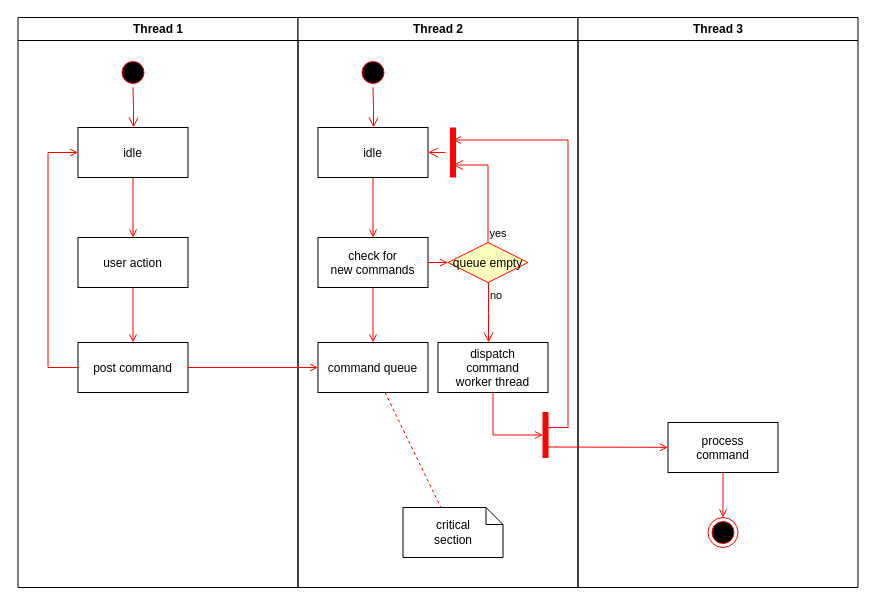
Before: Untitled Diagram.drawio in SoloAdventurer/cuddly-umbrella, a draw.io diagram. Source tidied: cells renumbered, new cells numbered last; positions are measured from the earlier drawing's top-left corner, leaving out a move shared by most shapes. Both pictures are drawn from the tidied source at 100%, with x=0, y=0 at pixel (17, 17).
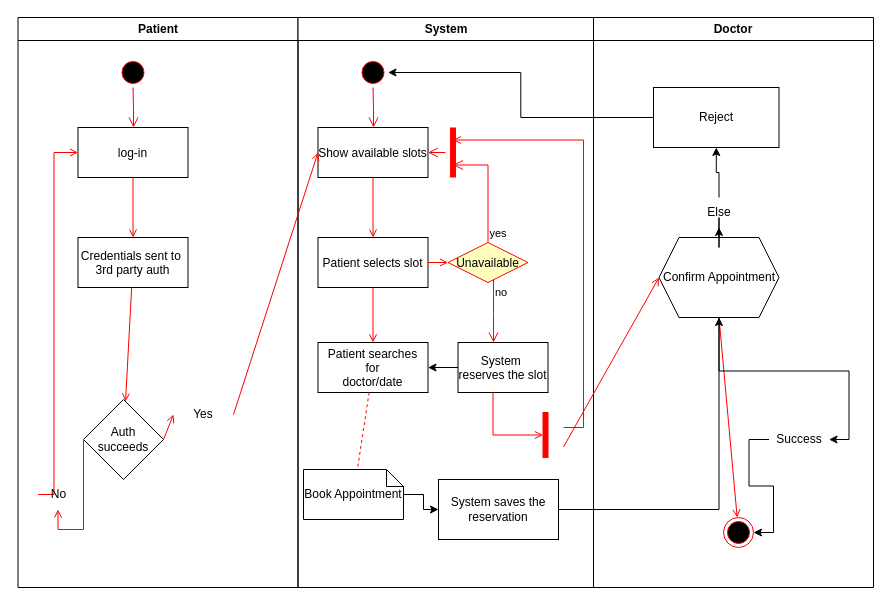
The same page after the edit.

The change refers to these unchanged cells:
```xml
<mxCell id="12" style="ellipse;shape=startState;fillColor=#000000;strokeColor=#ff0000;" parent="11" vertex="1">
  <mxGeometry x="60" y="40" width="30" height="30" as="geometry" />
</mxCell>
<mxCell id="34" style="ellipse;shape=endState;fillColor=#000000;strokeColor=#ff0000;" parent="30" vertex="1">
  <mxGeometry x="130" y="500" width="30" height="30" as="geometry" />
</mxCell>
```

Diff of the diagram source:
```diff
@@
-    <mxCell id="2" value="Thread 1" style="swimlane;whiteSpace=wrap;" parent="1" vertex="1">
+    <mxCell id="2" value="Patient" style="swimlane;whiteSpace=wrap;startSize=23;" parent="1" vertex="1">
       <mxGeometry x="0.5" width="280" height="570" as="geometry" />
     </mxCell>
@@
-    <mxCell id="5" value="idle" parent="2" vertex="1">
+    <mxCell id="5" value="log-in" parent="2" vertex="1">
       <mxGeometry x="60" y="110" width="110" height="50" as="geometry" />
     </mxCell>
-    <mxCell id="6" value="user action" parent="2" vertex="1">
+    <mxCell id="6" value="Credentials sent to &#10;3rd party auth" parent="2" vertex="1">
       <mxGeometry x="60" y="220" width="110" height="50" as="geometry" />
     </mxCell>
@@
-    <mxCell id="8" value="post command" parent="2" vertex="1">
-      <mxGeometry x="60" y="325" width="110" height="50" as="geometry" />
-    </mxCell>
+    <mxCell id="10" style="edgeStyle=elbowEdgeStyle;elbow=horizontal;strokeColor=#FF0000;endArrow=open;endFill=1;rounded=0;exitX=0;exitY=0.5;exitDx=0;exitDy=0;" parent="2" edge="1" source="38" target="5">
+      <mxGeometry relative="1" as="geometry">
+        <Array as="points">
+          <mxPoint x="36" y="392" />
+        </Array>
+      </mxGeometry>
+    </mxCell>
+    <mxCell id="37" value="Auth succeeds" style="rhombus;whiteSpace=wrap;html=1;" parent="2" vertex="1">
+      <mxGeometry x="65.5" y="382" width="80" height="80" as="geometry" />
+    </mxCell>
-    <mxCell id="9" style="endArrow=open;strokeColor=#FF0000;endFill=1;rounded=0;" parent="2" edge="1" source="6" target="8">
+    <mxCell id="9" style="endArrow=open;strokeColor=#FF0000;endFill=1;rounded=0;" parent="2" edge="1" source="6" target="37">
       <mxGeometry relative="1" as="geometry" />
     </mxCell>
-    <mxCell id="10" style="edgeStyle=elbowEdgeStyle;elbow=horizontal;strokeColor=#FF0000;endArrow=open;endFill=1;rounded=0;" parent="2" edge="1" source="8" target="5">
-      <mxGeometry relative="1" as="geometry">
-        <Array as="points">
-          <mxPoint x="30" y="250" />
-        </Array>
-      </mxGeometry>
-    </mxCell>
+    <mxCell id="38" value="No" style="text;html=1;align=center;verticalAlign=middle;points=[];strokeColor=none;fillColor=none;" parent="2" vertex="1">
+      <mxGeometry x="20" y="462" width="40" height="30" as="geometry" />
+    </mxCell>
+    <mxCell id="39" style="edgeStyle=elbowEdgeStyle;elbow=horizontal;strokeColor=#FF0000;endArrow=open;endFill=1;rounded=0;exitX=0;exitY=0.5;exitDx=0;exitDy=0;" parent="2" edge="1" source="37" target="38">
+      <mxGeometry relative="1" as="geometry">
+        <Array as="points">
+          <mxPoint x="126" y="512" />
+        </Array>
+      </mxGeometry>
+    </mxCell>
+    <mxCell id="40" value="Yes" style="text;html=1;align=center;verticalAlign=middle;whiteSpace=wrap;rounded=0;" parent="2" vertex="1">
+      <mxGeometry x="155.5" y="382" width="60" height="30" as="geometry" />
+    </mxCell>
+    <mxCell id="41" style="endArrow=open;strokeColor=#FF0000;endFill=1;rounded=0;entryX=0;entryY=0.5;entryDx=0;entryDy=0;exitX=1;exitY=0.5;exitDx=0;exitDy=0;" parent="2" edge="1" source="37" target="40">
+      <mxGeometry relative="1" as="geometry" />
+    </mxCell>
-    <mxCell id="11" value="Thread 2" style="swimlane;whiteSpace=wrap;" parent="1" vertex="1">
-      <mxGeometry x="280.5" width="280" height="570" as="geometry" />
+    <mxCell id="11" value="System" style="swimlane;whiteSpace=wrap;" parent="1" vertex="1">
+      <mxGeometry x="280.5" width="295.5" height="570" as="geometry" />
     </mxCell>
@@
-    <mxCell id="14" value="idle" parent="11" vertex="1">
+    <mxCell id="14" value="Show available slots" parent="11" vertex="1">
       <mxGeometry x="20" y="110" width="110" height="50" as="geometry" />
     </mxCell>
-    <mxCell id="15" value="check for &#10;new commands" parent="11" vertex="1">
+    <mxCell id="15" value="Patient selects slot" parent="11" vertex="1">
       <mxGeometry x="20" y="220" width="110" height="50" as="geometry" />
     </mxCell>
@@
-    <mxCell id="17" value="command queue" parent="11" vertex="1">
+    <mxCell id="17" value="Patient searches&#10; for &#10;doctor/date" parent="11" vertex="1">
       <mxGeometry x="20" y="325" width="110" height="50" as="geometry" />
     </mxCell>
@@
-    <mxCell id="19" value="queue empty" style="rhombus;fillColor=#ffffc0;strokeColor=#ff0000;" parent="11" vertex="1">
+    <mxCell id="19" value="Unavailable" style="rhombus;fillColor=#ffffc0;strokeColor=#ff0000;" parent="11" vertex="1">
       <mxGeometry x="150" y="225" width="80" height="40" as="geometry" />
     </mxCell>
@@
+    <mxCell id="42" style="edgeStyle=orthogonalEdgeStyle;rounded=0;jettySize=auto;html=1;" parent="11" edge="1" source="25" target="17">
+      <mxGeometry relative="1" as="geometry" />
+    </mxCell>
-    <mxCell id="25" value="dispatch&#10;command&#10;worker thread" parent="11" vertex="1">
-      <mxGeometry x="140" y="325" width="110" height="50" as="geometry" />
+    <mxCell id="25" value="System &#10;reserves the slot" parent="11" vertex="1">
+      <mxGeometry x="160" y="325" width="90" height="50" as="geometry" />
     </mxCell>
+    <mxCell id="43" style="edgeStyle=orthogonalEdgeStyle;rounded=0;jettySize=auto;html=1;" parent="11" edge="1" source="26" target="44">
+      <mxGeometry relative="1" as="geometry" />
+    </mxCell>
-    <mxCell id="26" value="critical&#10;section" style="shape=note;whiteSpace=wrap;size=17;" parent="11" vertex="1">
-      <mxGeometry x="105" y="490" width="100" height="50" as="geometry" />
+    <mxCell id="26" value="Book Appointment" style="shape=note;whiteSpace=wrap;size=17;" parent="11" vertex="1">
+      <mxGeometry x="5.5" y="452" width="100" height="50" as="geometry" />
     </mxCell>
@@
+    <mxCell id="44" value="System saves the reservation" style="rounded=0;whiteSpace=wrap;html=1;" parent="11" vertex="1">
+      <mxGeometry x="140.5" y="462" width="120" height="60" as="geometry" />
+    </mxCell>
-    <mxCell id="30" value="Thread 3" style="swimlane;whiteSpace=wrap;" parent="1" vertex="1">
-      <mxGeometry x="560.5" width="280" height="570" as="geometry" />
+    <mxCell id="30" value="Doctor" style="swimlane;whiteSpace=wrap;" parent="1" vertex="1">
+      <mxGeometry x="576" width="280" height="570" as="geometry" />
     </mxCell>
-    <mxCell id="31" value="process&#10;command" parent="30" vertex="1">
-      <mxGeometry x="90" y="405" width="110" height="50" as="geometry" />
-    </mxCell>
@@
-    <mxCell id="33" style="edgeStyle=none;strokeColor=#FF0000;endArrow=open;endFill=1;rounded=0;" parent="30" edge="1" target="31">
+    <mxCell id="33" style="edgeStyle=none;strokeColor=#FF0000;endArrow=open;endFill=1;rounded=0;entryX=0;entryY=0.5;entryDx=0;entryDy=0;" parent="30" edge="1" target="47">
       <mxGeometry relative="1" as="geometry">
         <mxPoint x="-30" y="429.5" as="sourcePoint" />
       </mxGeometry>
     </mxCell>
@@
-    <mxCell id="35" style="endArrow=open;strokeColor=#FF0000;endFill=1;rounded=0;" parent="30" edge="1" source="31" target="34">
+    <mxCell id="35" style="endArrow=open;strokeColor=#FF0000;endFill=1;rounded=0;exitX=0.5;exitY=1;exitDx=0;exitDy=0;" parent="30" edge="1" source="47" target="34">
       <mxGeometry relative="1" as="geometry" />
     </mxCell>
+    <mxCell id="45" style="edgeStyle=orthogonalEdgeStyle;rounded=0;jettySize=auto;html=1;" parent="30" edge="1" source="50" target="48">
+      <mxGeometry relative="1" as="geometry" />
+    </mxCell>
+    <mxCell id="46" style="edgeStyle=orthogonalEdgeStyle;rounded=0;jettySize=auto;html=1;entryX=1;entryY=0.5;entryDx=0;entryDy=0;" parent="30" edge="1" source="52" target="34">
+      <mxGeometry relative="1" as="geometry" />
+    </mxCell>
+    <mxCell id="47" value="Confirm Appointment" style="shape=hexagon;perimeter=hexagonPerimeter2;whiteSpace=wrap;html=1;fixedSize=1;" parent="30" vertex="1">
+      <mxGeometry x="65.5" y="220" width="120" height="80" as="geometry" />
+    </mxCell>
+    <mxCell id="48" value="Reject" style="whiteSpace=wrap;html=1;" parent="30" vertex="1">
+      <mxGeometry x="60" y="70" width="125.5" height="60" as="geometry" />
+    </mxCell>
+    <mxCell id="49" style="edgeStyle=orthogonalEdgeStyle;rounded=0;jettySize=auto;html=1;" parent="30" edge="1" source="47" target="50">
+      <mxGeometry relative="1" as="geometry" />
+    </mxCell>
+    <mxCell id="50" value="Else" style="text;html=1;align=center;verticalAlign=middle;whiteSpace=wrap;rounded=0;" parent="30" vertex="1">
+      <mxGeometry x="95.5" y="180" width="60" height="30" as="geometry" />
+    </mxCell>
+    <mxCell id="51" style="edgeStyle=orthogonalEdgeStyle;rounded=0;jettySize=auto;html=1;entryX=1;entryY=0.5;entryDx=0;entryDy=0;" parent="30" edge="1" source="47" target="52">
+      <mxGeometry relative="1" as="geometry" />
+    </mxCell>
+    <mxCell id="52" value="Success" style="text;html=1;align=center;verticalAlign=middle;whiteSpace=wrap;rounded=0;" parent="30" vertex="1">
+      <mxGeometry x="175.5" y="407" width="60" height="30" as="geometry" />
+    </mxCell>
-    <mxCell id="36" style="endArrow=open;strokeColor=#FF0000;endFill=1;rounded=0;" parent="1" edge="1" source="8" target="17">
+    <mxCell id="36" style="endArrow=open;strokeColor=#FF0000;endFill=1;rounded=0;entryX=0;entryY=0.5;entryDx=0;entryDy=0;exitX=1;exitY=0.5;exitDx=0;exitDy=0;" parent="1" edge="1" source="40" target="14">
       <mxGeometry relative="1" as="geometry" />
     </mxCell>
+    <mxCell id="53" style="edgeStyle=orthogonalEdgeStyle;rounded=0;jettySize=auto;html=1;entryX=0.5;entryY=1;entryDx=0;entryDy=0;" parent="1" edge="1" source="44" target="47">
+      <mxGeometry relative="1" as="geometry" />
+    </mxCell>
+    <mxCell id="54" style="edgeStyle=orthogonalEdgeStyle;rounded=0;jettySize=auto;html=1;entryX=1;entryY=0.5;entryDx=0;entryDy=0;" parent="1" edge="1" source="48" target="12">
+      <mxGeometry relative="1" as="geometry" />
+    </mxCell>
```
